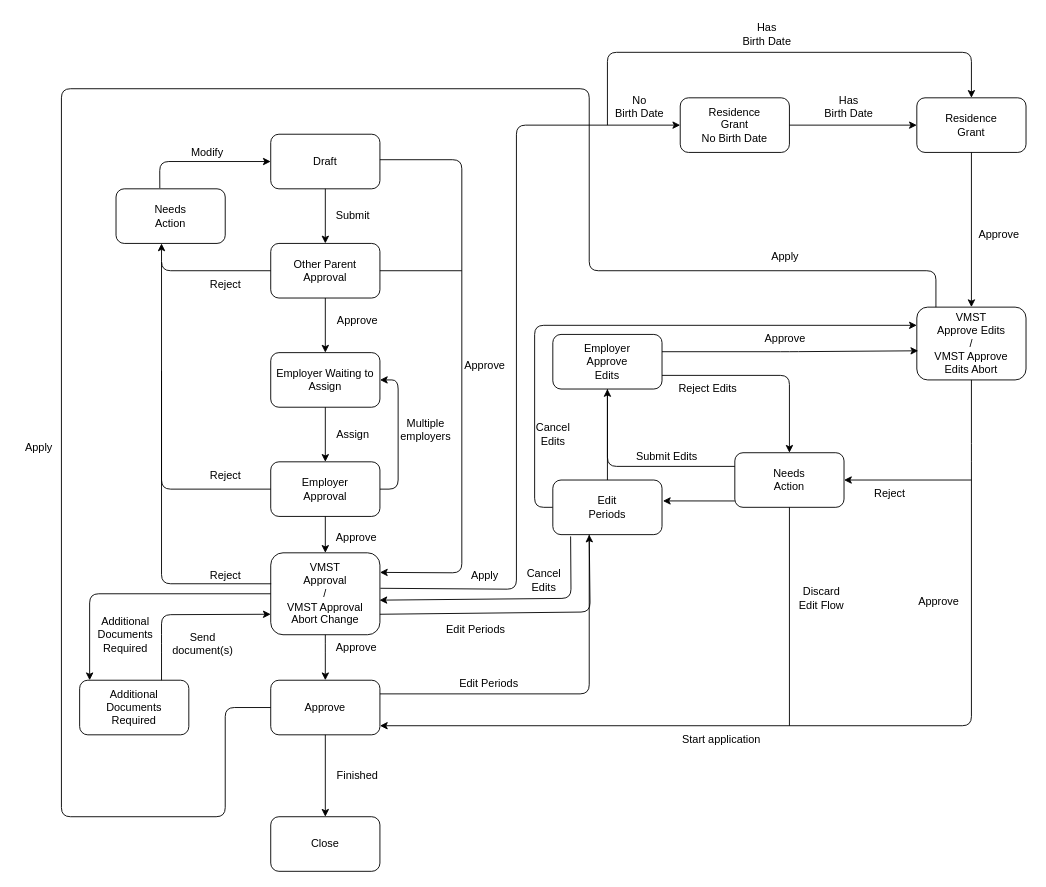
The draw.io diagram libs/application/templates/parental-leave/assets/parental-leave-flow-chart.drawio in island-is/island.is, before the edit. Source tidied: cells renumbered, new cells numbered last; positions are measured from the earlier drawing's top-left corner, leaving out a move shared by most shapes. Both pictures are drawn from the tidied source at 91%, with x=0, y=0 at pixel (15, 15).
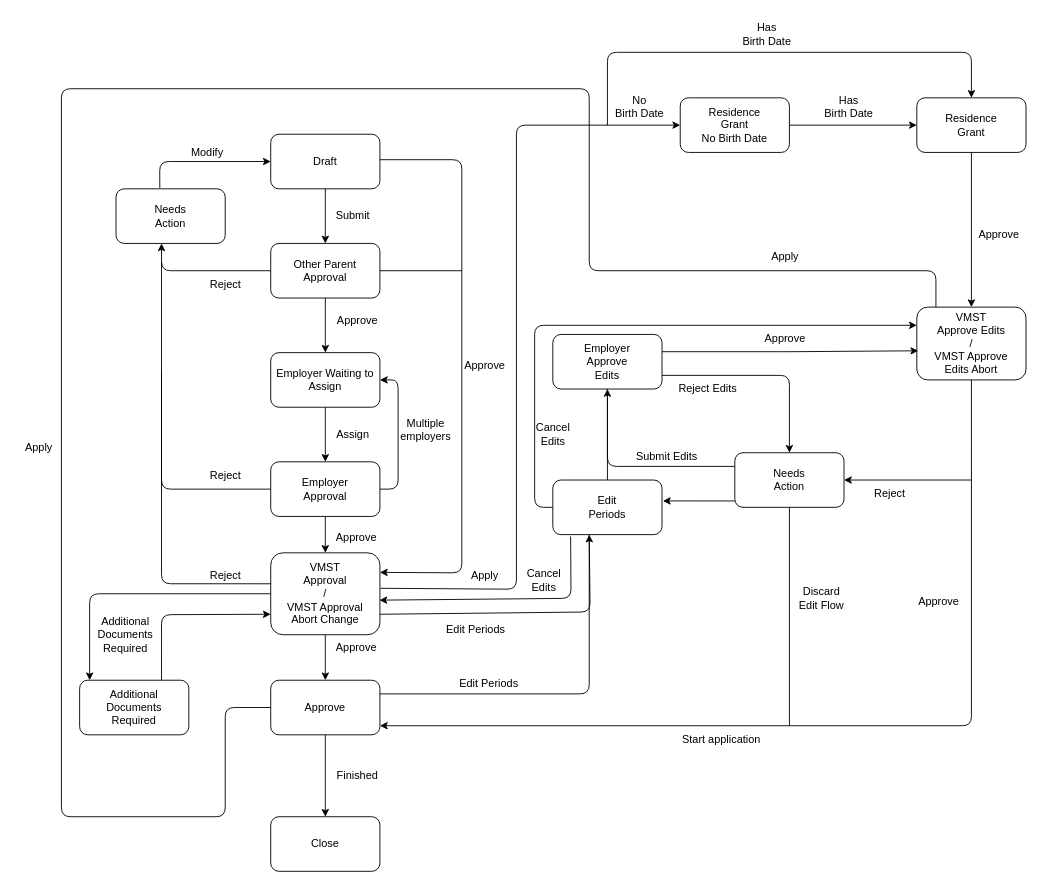
The same diagram, later.

Commit message (it also covers changes not shown here):
update README and flow chart

What changed in the source:
```diff
@@
-    <mxCell id="64" value="Send &lt;br&gt;document(s)" style="text;html=1;align=center;verticalAlign=middle;strokeColor=none;fillColor=none;fontColor=#000000;" parent="1" vertex="1">
-      <mxGeometry x="160" y="670" width="90" height="40" as="geometry" />
-    </mxCell>
```
